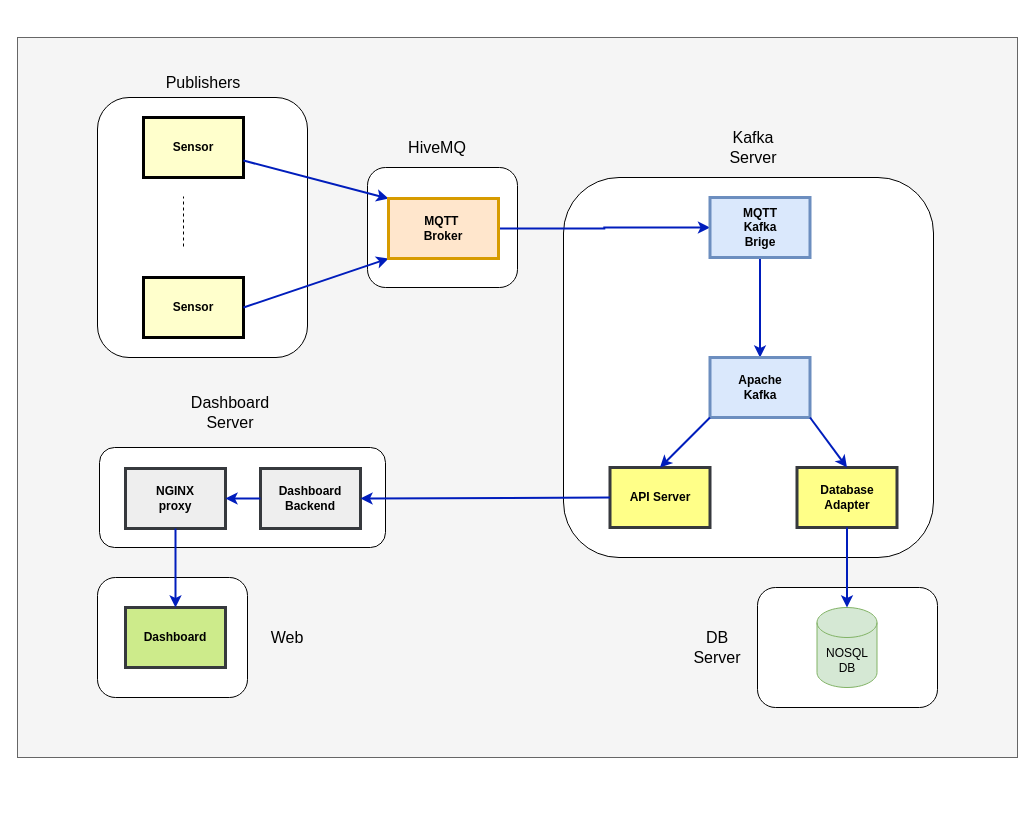
dmh2000/sensors keeps this draw.io diagram as sensors.drawio. Above is the earlier version. Source tidied: cells renumbered, new cells numbered last; positions are measured from the earlier drawing's top-left corner, leaving out a move shared by most shapes. Both pictures are drawn from the tidied source at 100%, with x=0, y=0 at pixel (17, 37).
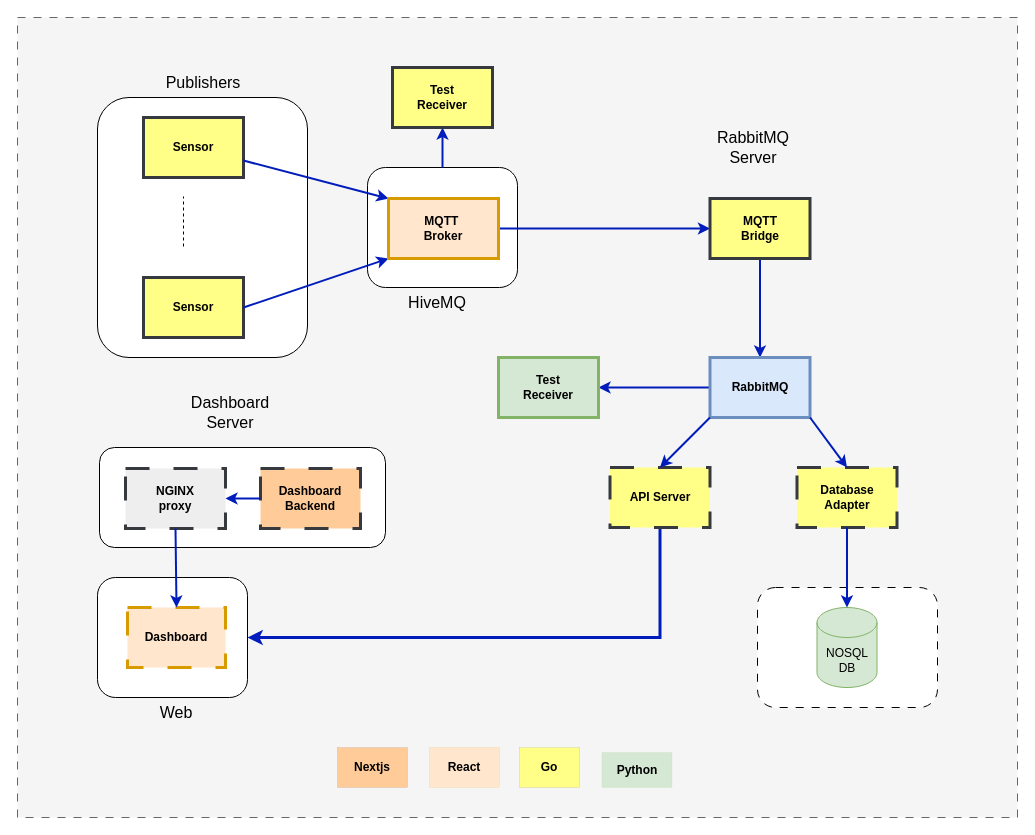
The same diagram, later.

Unchanged cells that the change refers to:
```xml
<mxCell id="3" style="rounded=1;whiteSpace=wrap;html=1;" parent="1" vertex="1">
  <mxGeometry x="80" y="540" width="150" height="120" as="geometry" />
</mxCell>
<mxCell id="4" style="rounded=1;whiteSpace=wrap;html=1;" parent="1" vertex="1">
  <mxGeometry x="350" y="130" width="150" height="120" as="geometry" />
</mxCell>
```

What changed in the source:
```diff
@@
-    <mxCell id="2" style="rounded=0;whiteSpace=wrap;html=1;fillColor=#f5f5f5;strokeColor=#666666;fontColor=#333333;" parent="1" vertex="1">
-      <mxGeometry width="1000" height="720" as="geometry" />
+    <mxCell id="2" style="rounded=0;whiteSpace=wrap;html=1;fillColor=#f5f5f5;strokeColor=#666666;fontColor=#333333;dashed=1;dashPattern=8 8;" parent="1" vertex="1">
+      <mxGeometry y="-20" width="1000" height="800" as="geometry" />
     </mxCell>
@@
-    <mxCell id="5" style="rounded=1;whiteSpace=wrap;html=1;" parent="1" vertex="1">
+    <mxCell id="5" style="rounded=1;whiteSpace=wrap;html=1;dashed=1;dashPattern=8 8;" parent="1" vertex="1">
       <mxGeometry x="740" y="550" width="180" height="120" as="geometry" />
     </mxCell>
@@
-    <mxCell id="7" style="rounded=1;whiteSpace=wrap;html=1;" parent="1" vertex="1">
-      <mxGeometry x="546" y="140" width="370" height="380" as="geometry" />
-    </mxCell>
@@
-    <mxCell id="9" value="Sensor" style="whiteSpace=wrap;align=center;verticalAlign=middle;fontStyle=1;strokeWidth=3;fillColor=#FFFFCC;" parent="1" vertex="1">
+    <mxCell id="9" value="Sensor" style="whiteSpace=wrap;align=center;verticalAlign=middle;fontStyle=1;strokeWidth=3;fillColor=#ffff88;strokeColor=#36393d;" parent="1" vertex="1">
       <mxGeometry x="126" y="80" width="100" height="60" as="geometry" />
     </mxCell>
-    <mxCell id="10" value="Sensor" style="whiteSpace=wrap;align=center;verticalAlign=middle;fontStyle=1;strokeWidth=3;fillColor=#FFFFCC;" parent="1" vertex="1">
+    <mxCell id="10" value="Sensor" style="whiteSpace=wrap;align=center;verticalAlign=middle;fontStyle=1;strokeWidth=3;fillColor=#ffff88;strokeColor=#36393d;" parent="1" vertex="1">
       <mxGeometry x="126" y="240" width="100" height="60" as="geometry" />
     </mxCell>
@@
-    <mxCell id="17" value="MQTT&#10;Kafka&#10;Brige" style="whiteSpace=wrap;align=center;verticalAlign=middle;fontStyle=1;strokeWidth=3;fillColor=#dae8fc;strokeColor=#6c8ebf;" parent="1" vertex="1">
-      <mxGeometry x="692.5" y="160" width="100" height="60" as="geometry" />
+    <mxCell id="17" value="MQTT&#10;Bridge" style="whiteSpace=wrap;align=center;verticalAlign=middle;fontStyle=1;strokeWidth=3;fillColor=#ffff88;strokeColor=#36393d;" parent="1" vertex="1">
+      <mxGeometry x="692.5" y="161" width="100" height="60" as="geometry" />
     </mxCell>
+    <mxCell id="37" style="edgeStyle=orthogonalEdgeStyle;rounded=0;jettySize=auto;html=1;fillColor=#0050ef;strokeColor=#001DBC;strokeWidth=2;" parent="1" edge="1" source="18" target="39">
+      <mxGeometry relative="1" as="geometry" />
+    </mxCell>
-    <mxCell id="18" value="Apache&#10;Kafka" style="whiteSpace=wrap;align=center;verticalAlign=middle;fontStyle=1;strokeWidth=3;fillColor=#dae8fc;strokeColor=#6c8ebf;" parent="1" vertex="1">
+    <mxCell id="18" value="RabbitMQ" style="whiteSpace=wrap;align=center;verticalAlign=middle;fontStyle=1;strokeWidth=3;fillColor=#dae8fc;strokeColor=#6c8ebf;" parent="1" vertex="1">
       <mxGeometry x="692.5" y="320" width="100" height="60" as="geometry" />
     </mxCell>
@@
+    <mxCell id="38" style="edgeStyle=orthogonalEdgeStyle;rounded=0;jettySize=auto;html=1;entryX=1;entryY=0.5;entryDx=0;entryDy=0;strokeWidth=3;fillColor=#0050ef;strokeColor=#001DBC;" parent="1" edge="1" source="20" target="3">
+      <mxGeometry relative="1" as="geometry">
+        <Array as="points">
+          <mxPoint x="643" y="600" />
+        </Array>
+      </mxGeometry>
+    </mxCell>
-    <mxCell id="20" value="API Server" style="whiteSpace=wrap;align=center;verticalAlign=middle;fontStyle=1;strokeWidth=3;fillColor=#ffff88;strokeColor=#36393d;" parent="1" vertex="1">
+    <mxCell id="20" value="API Server" style="whiteSpace=wrap;align=center;verticalAlign=middle;fontStyle=1;strokeWidth=3;fillColor=#ffff88;strokeColor=#36393d;dashed=1;dashPattern=8 8;" parent="1" vertex="1">
       <mxGeometry x="592.5" y="430" width="100" height="60" as="geometry" />
     </mxCell>
-    <mxCell id="21" value="Database&#10;Adapter" style="whiteSpace=wrap;align=center;verticalAlign=middle;fontStyle=1;strokeWidth=3;fillColor=#ffff88;strokeColor=#36393d;" parent="1" vertex="1">
+    <mxCell id="21" value="Database&#10;Adapter" style="whiteSpace=wrap;align=center;verticalAlign=middle;fontStyle=1;strokeWidth=3;fillColor=#ffff88;strokeColor=#36393d;dashed=1;dashPattern=8 8;" parent="1" vertex="1">
       <mxGeometry x="779.5" y="430" width="100" height="60" as="geometry" />
     </mxCell>
@@
-    <mxCell id="23" value="&lt;font style=&quot;font-size: 16px;&quot;&gt;Kafka Server&lt;/font&gt;" style="text;html=1;align=center;verticalAlign=middle;whiteSpace=wrap;rounded=0;" parent="1" vertex="1">
+    <mxCell id="23" value="&lt;font style=&quot;font-size: 16px;&quot;&gt;RabbitMQ Server&lt;/font&gt;" style="text;html=1;align=center;verticalAlign=middle;whiteSpace=wrap;rounded=0;" parent="1" vertex="1">
       <mxGeometry x="706" y="95" width="60" height="30" as="geometry" />
     </mxCell>
@@
-    <mxCell id="27" value="Dashboard&#10;Backend" style="whiteSpace=wrap;align=center;verticalAlign=middle;fontStyle=1;strokeWidth=3;fillColor=#eeeeee;strokeColor=#36393d;" parent="1" vertex="1">
+    <mxCell id="27" value="Dashboard&#10;Backend" style="whiteSpace=wrap;align=center;verticalAlign=middle;fontStyle=1;strokeWidth=3;fillColor=#ffcc99;strokeColor=#36393d;dashed=1;dashPattern=8 8;" parent="1" vertex="1">
       <mxGeometry x="243" y="431" width="100" height="60" as="geometry" />
     </mxCell>
-    <mxCell id="28" value="NGINX&#10;proxy" style="whiteSpace=wrap;align=center;verticalAlign=middle;fontStyle=1;strokeWidth=3;fillColor=#eeeeee;strokeColor=#36393d;" parent="1" vertex="1">
+    <mxCell id="28" value="NGINX&#10;proxy" style="whiteSpace=wrap;align=center;verticalAlign=middle;fontStyle=1;strokeWidth=3;fillColor=#eeeeee;strokeColor=#36393d;dashed=1;dashPattern=8 8;" parent="1" vertex="1">
       <mxGeometry x="108" y="431" width="100" height="60" as="geometry" />
     </mxCell>
-    <mxCell id="29" value="Dashboard" style="whiteSpace=wrap;align=center;verticalAlign=middle;fontStyle=1;strokeWidth=3;fillColor=#cdeb8b;strokeColor=#36393d;" parent="1" vertex="1">
-      <mxGeometry x="108" y="570" width="100" height="60" as="geometry" />
+    <mxCell id="29" value="Dashboard" style="whiteSpace=wrap;align=center;verticalAlign=middle;fontStyle=1;strokeWidth=3;fillColor=#ffe6cc;strokeColor=#d79b00;dashed=1;dashPattern=8 8;" parent="1" vertex="1">
+      <mxGeometry x="110" y="570" width="98" height="60" as="geometry" />
     </mxCell>
-    <mxCell id="30" style="endArrow=classic;html=1;rounded=0;strokeWidth=2;fillColor=#0050ef;strokeColor=#001DBC;exitX=0;exitY=0.5;exitDx=0;exitDy=0;entryX=1;entryY=0.5;entryDx=0;entryDy=0;" parent="1" edge="1" source="20" target="27">
-      <mxGeometry relative="1" as="geometry" />
-    </mxCell>
@@
-    <mxCell id="34" value="&lt;font style=&quot;font-size: 16px;&quot;&gt;DB Server&lt;/font&gt;" style="text;html=1;align=center;verticalAlign=middle;whiteSpace=wrap;rounded=0;" parent="1" vertex="1">
-      <mxGeometry x="670" y="595" width="60" height="30" as="geometry" />
-    </mxCell>
     <mxCell id="35" value="&lt;font style=&quot;font-size: 16px;&quot;&gt;HiveMQ&lt;/font&gt;" style="text;html=1;align=center;verticalAlign=middle;whiteSpace=wrap;rounded=0;" parent="1" vertex="1">
-      <mxGeometry x="390" y="95" width="60" height="30" as="geometry" />
+      <mxGeometry x="390" y="250" width="60" height="30" as="geometry" />
     </mxCell>
     <mxCell id="36" value="&lt;font style=&quot;font-size: 16px;&quot;&gt;Web&lt;/font&gt;" style="text;html=1;align=center;verticalAlign=middle;whiteSpace=wrap;rounded=0;" parent="1" vertex="1">
-      <mxGeometry x="240" y="585" width="60" height="30" as="geometry" />
+      <mxGeometry x="129" y="660" width="60" height="30" as="geometry" />
     </mxCell>
+    <mxCell id="39" value="Test&#10;Receiver" style="whiteSpace=wrap;align=center;verticalAlign=middle;fontStyle=1;strokeWidth=3;fillColor=#d5e8d4;strokeColor=#82b366;" parent="1" vertex="1">
+      <mxGeometry x="481" y="320" width="100" height="60" as="geometry" />
+    </mxCell>
+    <mxCell id="40" style="edgeStyle=orthogonalEdgeStyle;rounded=0;jettySize=auto;html=1;startArrow=classic;startFill=1;endArrow=none;endFill=0;fillColor=#0050ef;strokeColor=#001DBC;strokeWidth=2;" parent="1" edge="1" source="41" target="4">
+      <mxGeometry relative="1" as="geometry" />
+    </mxCell>
+    <mxCell id="41" value="Test&#10;Receiver" style="whiteSpace=wrap;align=center;verticalAlign=middle;fontStyle=1;strokeWidth=3;fillColor=#ffff88;strokeColor=#36393d;" parent="1" vertex="1">
+      <mxGeometry x="375" y="30" width="100" height="60" as="geometry" />
+    </mxCell>
+    <mxCell id="42" value="React" style="whiteSpace=wrap;align=center;verticalAlign=middle;fontStyle=1;strokeWidth=0;fillColor=#ffe6cc;strokeColor=#d79b00;dashed=1;dashPattern=8 8;" parent="1" vertex="1">
+      <mxGeometry x="412" y="710" width="70" height="40" as="geometry" />
+    </mxCell>
+    <mxCell id="43" value="Go" style="whiteSpace=wrap;align=center;verticalAlign=middle;fontStyle=1;strokeWidth=0;fillColor=#ffff88;strokeColor=#36393d;" parent="1" vertex="1">
+      <mxGeometry x="502" y="710" width="60" height="40" as="geometry" />
+    </mxCell>
+    <mxCell id="44" value="Python" style="whiteSpace=wrap;align=center;verticalAlign=middle;fontStyle=1;strokeWidth=0;fillColor=#d5e8d4;strokeColor=#82b366;" parent="1" vertex="1">
+      <mxGeometry x="584.5" y="715" width="70" height="35" as="geometry" />
+    </mxCell>
+    <mxCell id="45" value="Nextjs" style="whiteSpace=wrap;align=center;verticalAlign=middle;fontStyle=1;strokeWidth=0;fillColor=#ffcc99;strokeColor=#36393d;dashed=1;dashPattern=8 8;" parent="1" vertex="1">
+      <mxGeometry x="320" y="710" width="70" height="40" as="geometry" />
+    </mxCell>
```
